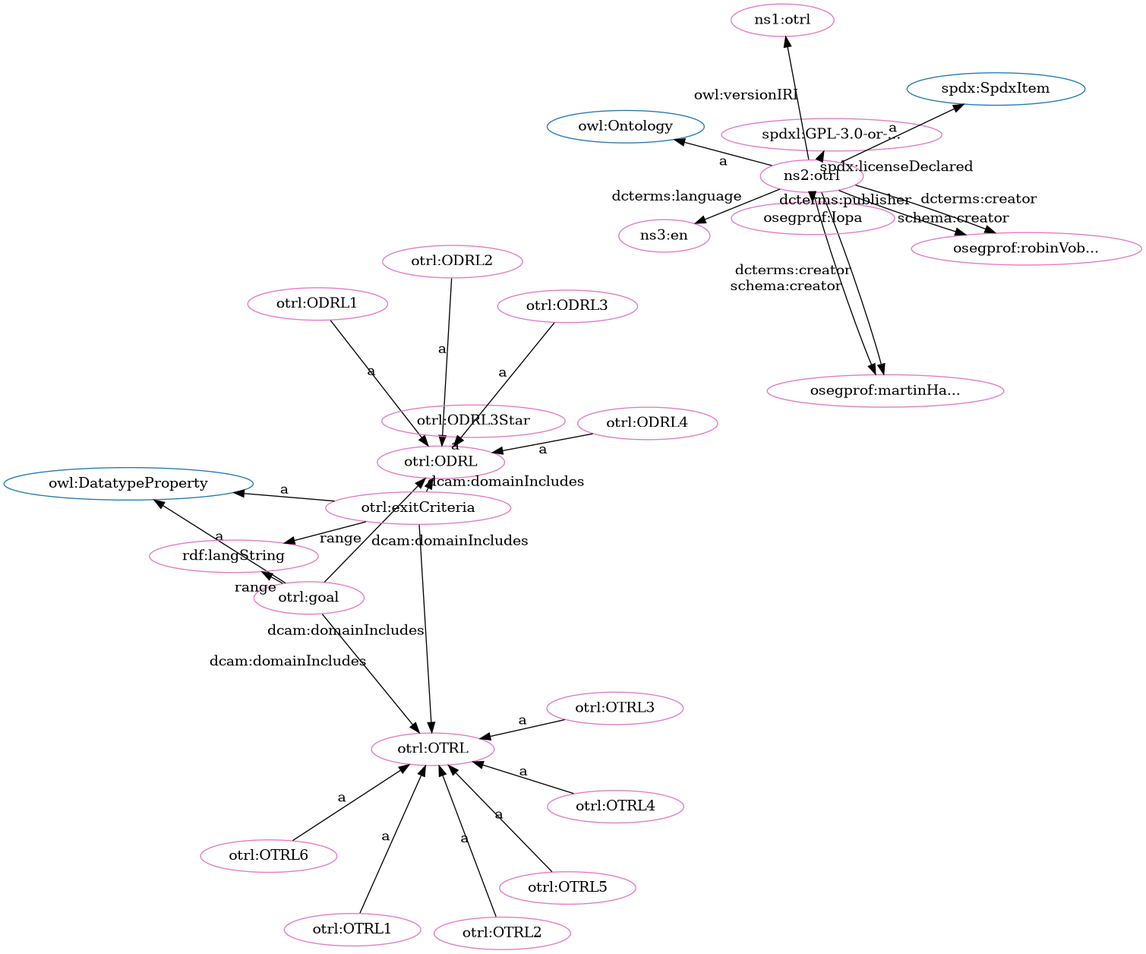
iop-alliance/OpenKnowHow keeps this Graphviz diagram as src/spec/fdp_otrl.png. Above is the earlier version. Its source is kept beside it as src/spec/fdp_otrl.dot. Its diagram source:
```dot
digraph G {
  rankdir=BT
  node[height=.3]
"http://www.w3.org/2002/07/owl#DatatypeProperty" [fillcolor="#1f77b4" color="#1f77b4" label="owl:DatatypeProperty"]
"http://w3id.org/oseg/ont/otrl#ODRL" [fillcolor="#1f77b4" color="#1f77b4" label="otrl:ODRL"]
"http://www.w3.org/2002/07/owl#Ontology" [fillcolor="#1f77b4" color="#1f77b4" label="owl:Ontology"]
"http://spdx.org/rdf/terms#SpdxItem" [fillcolor="#1f77b4" color="#1f77b4" label="spdx:SpdxItem"]
"http://w3id.org/oseg/ont/otrl#OTRL" [fillcolor="#1f77b4" color="#1f77b4" label="otrl:OTRL"]
"http://w3id.org/oseg/ont/oseg-profiles#robinVobruba" [fillcolor="#e377c2" color="#e377c2" label="osegprof:robinVob..."]
"http://w3id.org/oseg/ont/otrl#ODRL1" [fillcolor="#e377c2" color="#e377c2" label="otrl:ODRL1"]
"http://w3id.org/oseg/ont/1.1.0/otrl" [fillcolor="#e377c2" color="#e377c2" label="ns1:otrl"]
"http://w3id.org/oseg/ont/otrl#OTRL3" [fillcolor="#e377c2" color="#e377c2" label="otrl:OTRL3"]
"http://w3id.org/oseg/ont/otrl#ODRL" [fillcolor="#e377c2" color="#e377c2" label="otrl:ODRL"]
"http://w3id.org/oseg/ont/otrl#OTRL2" [fillcolor="#e377c2" color="#e377c2" label="otrl:OTRL2"]
"http://w3id.org/oseg/ont/otrl#goal" [fillcolor="#e377c2" color="#e377c2" label="otrl:goal"]
"http://w3id.org/oseg/ont/otrl#OTRL5" [fillcolor="#e377c2" color="#e377c2" label="otrl:OTRL5"]
"http://spdx.org/licenses/GPL-3.0-or-later" [fillcolor="#e377c2" color="#e377c2" label="spdxl:GPL-3.0-or-..."]
"http://www.w3.org/1999/02/22-rdf-syntax-ns#langString" [fillcolor="#e377c2" color="#e377c2" label="rdf:langString"]
"http://w3id.org/oseg/ont/otrl" [fillcolor="#e377c2" color="#e377c2" label="ns2:otrl"]
"http://id.loc.gov/vocabulary/iso639-1/en" [fillcolor="#e377c2" color="#e377c2" label="ns3:en"]
"http://w3id.org/oseg/ont/otrl#OTRL" [fillcolor="#e377c2" color="#e377c2" label="otrl:OTRL"]
"http://w3id.org/oseg/ont/otrl#ODRL4" [fillcolor="#e377c2" color="#e377c2" label="otrl:ODRL4"]
"http://w3id.org/oseg/ont/otrl#OTRL4" [fillcolor="#e377c2" color="#e377c2" label="otrl:OTRL4"]
"http://w3id.org/oseg/ont/otrl#ODRL2" [fillcolor="#e377c2" color="#e377c2" label="otrl:ODRL2"]
"http://w3id.org/oseg/ont/otrl#exitCriteria" [fillcolor="#e377c2" color="#e377c2" label="otrl:exitCriteria"]
"http://w3id.org/oseg/ont/oseg-profiles#martinHaeuer" [fillcolor="#e377c2" color="#e377c2" label="osegprof:martinHa..."]
"http://w3id.org/oseg/ont/oseg-profiles#Iopa" [fillcolor="#e377c2" color="#e377c2" label="osegprof:Iopa"]
"http://w3id.org/oseg/ont/otrl#ODRL3Star" [fillcolor="#e377c2" color="#e377c2" label="otrl:ODRL3Star"]
"http://w3id.org/oseg/ont/otrl#OTRL1" [fillcolor="#e377c2" color="#e377c2" label="otrl:OTRL1"]
"http://w3id.org/oseg/ont/otrl#ODRL3" [fillcolor="#e377c2" color="#e377c2" label="otrl:ODRL3"]
"http://w3id.org/oseg/ont/otrl#OTRL6" [fillcolor="#e377c2" color="#e377c2" label="otrl:OTRL6"]
  "http://w3id.org/oseg/ont/otrl" -> "http://w3id.org/oseg/ont/oseg-profiles#robinVobruba" [label="dcterms:creator"]
  "http://w3id.org/oseg/ont/otrl#ODRL1" -> "http://w3id.org/oseg/ont/otrl#ODRL" [label="a"]
  "http://w3id.org/oseg/ont/otrl#OTRL5" -> "http://w3id.org/oseg/ont/otrl#OTRL" [label="a"]
  "http://w3id.org/oseg/ont/otrl" -> "http://spdx.org/licenses/GPL-3.0-or-later" [label="spdx:licenseDeclared"]
  "http://w3id.org/oseg/ont/otrl" -> "http://www.w3.org/2002/07/owl#Ontology" [label="a"]
  "http://w3id.org/oseg/ont/otrl#ODRL4" -> "http://w3id.org/oseg/ont/otrl#ODRL" [label="a"]
  "http://w3id.org/oseg/ont/otrl#OTRL4" -> "http://w3id.org/oseg/ont/otrl#OTRL" [label="a"]
  "http://w3id.org/oseg/ont/otrl#exitCriteria" -> "http://www.w3.org/2002/07/owl#DatatypeProperty" [label="a"]
  "http://w3id.org/oseg/ont/otrl" -> "http://w3id.org/oseg/ont/oseg-profiles#robinVobruba" [label="schema:creator"]
  "http://w3id.org/oseg/ont/otrl#ODRL3Star" -> "http://w3id.org/oseg/ont/otrl#ODRL" [label="a"]
  "http://w3id.org/oseg/ont/otrl#exitCriteria" -> "http://w3id.org/oseg/ont/otrl#OTRL" [label="dcam:domainIncludes"]
  "http://w3id.org/oseg/ont/otrl" -> "http://w3id.org/oseg/ont/oseg-profiles#martinHaeuer" [label="dcterms:creator"]
  "http://w3id.org/oseg/ont/otrl" -> "http://w3id.org/oseg/ont/1.1.0/otrl" [label="owl:versionIRI"]
  "http://w3id.org/oseg/ont/otrl#OTRL3" -> "http://w3id.org/oseg/ont/otrl#OTRL" [label="a"]
  "http://w3id.org/oseg/ont/otrl#exitCriteria" -> "http://w3id.org/oseg/ont/otrl#ODRL" [label="dcam:domainIncludes"]
  "http://w3id.org/oseg/ont/otrl#OTRL2" -> "http://w3id.org/oseg/ont/otrl#OTRL" [label="a"]
  "http://w3id.org/oseg/ont/otrl#goal" -> "http://www.w3.org/2002/07/owl#DatatypeProperty" [label="a"]
  "http://w3id.org/oseg/ont/otrl#exitCriteria" -> "http://www.w3.org/1999/02/22-rdf-syntax-ns#langString" [label="range"]
  "http://w3id.org/oseg/ont/otrl" -> "http://id.loc.gov/vocabulary/iso639-1/en" [label="dcterms:language"]
  "http://w3id.org/oseg/ont/otrl" -> "http://spdx.org/rdf/terms#SpdxItem" [label="a"]
  "http://w3id.org/oseg/ont/otrl#goal" -> "http://w3id.org/oseg/ont/otrl#OTRL" [label="dcam:domainIncludes"]
  "http://w3id.org/oseg/ont/otrl#ODRL2" -> "http://w3id.org/oseg/ont/otrl#ODRL" [label="a"]
  "http://w3id.org/oseg/ont/otrl#goal" -> "http://w3id.org/oseg/ont/otrl#ODRL" [label="dcam:domainIncludes"]
  "http://w3id.org/oseg/ont/otrl" -> "http://w3id.org/oseg/ont/oseg-profiles#martinHaeuer" [label="schema:creator"]
  "http://w3id.org/oseg/ont/otrl" -> "http://w3id.org/oseg/ont/oseg-profiles#Iopa" [label="dcterms:publisher"]
  "http://w3id.org/oseg/ont/otrl#goal" -> "http://www.w3.org/1999/02/22-rdf-syntax-ns#langString" [label="range"]
  "http://w3id.org/oseg/ont/otrl#OTRL1" -> "http://w3id.org/oseg/ont/otrl#OTRL" [label="a"]
  "http://w3id.org/oseg/ont/otrl#ODRL3" -> "http://w3id.org/oseg/ont/otrl#ODRL" [label="a"]
  "http://w3id.org/oseg/ont/otrl#OTRL6" -> "http://w3id.org/oseg/ont/otrl#OTRL" [label="a"]
}
```
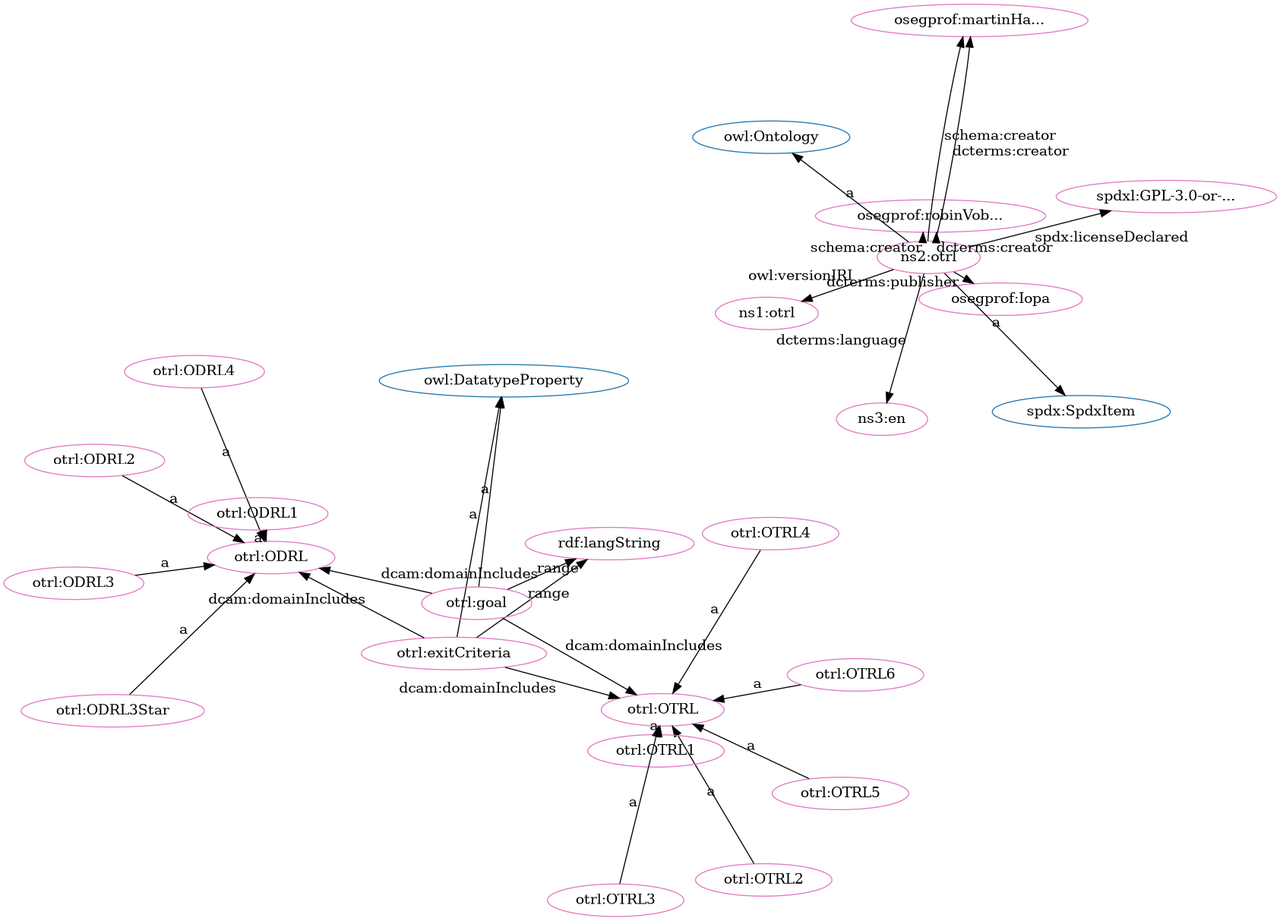
The same file after the commit.

The edit, as a diff of the source:
```diff
@@ -1,61 +1,61 @@
 digraph G {
   rankdir=BT
   node[height=.3]
+"http://w3id.org/oseg/ont/otrl#OTRL" [fillcolor="#1f77b4" color="#1f77b4" label="otrl:OTRL"]
+"http://www.w3.org/2002/07/owl#Ontology" [fillcolor="#1f77b4" color="#1f77b4" label="owl:Ontology"]
 "http://www.w3.org/2002/07/owl#DatatypeProperty" [fillcolor="#1f77b4" color="#1f77b4" label="owl:DatatypeProperty"]
 "http://w3id.org/oseg/ont/otrl#ODRL" [fillcolor="#1f77b4" color="#1f77b4" label="otrl:ODRL"]
-"http://www.w3.org/2002/07/owl#Ontology" [fillcolor="#1f77b4" color="#1f77b4" label="owl:Ontology"]
 "http://spdx.org/rdf/terms#SpdxItem" [fillcolor="#1f77b4" color="#1f77b4" label="spdx:SpdxItem"]
-"http://w3id.org/oseg/ont/otrl#OTRL" [fillcolor="#1f77b4" color="#1f77b4" label="otrl:OTRL"]
+"http://w3id.org/oseg/ont/oseg-profiles#Iopa" [fillcolor="#e377c2" color="#e377c2" label="osegprof:Iopa"]
+"http://w3id.org/oseg/ont/otrl#exitCriteria" [fillcolor="#e377c2" color="#e377c2" label="otrl:exitCriteria"]
+"http://w3id.org/oseg/ont/otrl#OTRL4" [fillcolor="#e377c2" color="#e377c2" label="otrl:OTRL4"]
+"http://w3id.org/oseg/ont/otrl#ODRL4" [fillcolor="#e377c2" color="#e377c2" label="otrl:ODRL4"]
+"http://w3id.org/oseg/ont/otrl#ODRL" [fillcolor="#e377c2" color="#e377c2" label="otrl:ODRL"]
 "http://w3id.org/oseg/ont/oseg-profiles#robinVobruba" [fillcolor="#e377c2" color="#e377c2" label="osegprof:robinVob..."]
-"http://w3id.org/oseg/ont/otrl#ODRL1" [fillcolor="#e377c2" color="#e377c2" label="otrl:ODRL1"]
+"http://w3id.org/oseg/ont/otrl#OTRL" [fillcolor="#e377c2" color="#e377c2" label="otrl:OTRL"]
+"http://w3id.org/oseg/ont/otrl#ODRL3Star" [fillcolor="#e377c2" color="#e377c2" label="otrl:ODRL3Star"]
+"http://www.w3.org/1999/02/22-rdf-syntax-ns#langString" [fillcolor="#e377c2" color="#e377c2" label="rdf:langString"]
+"http://w3id.org/oseg/ont/otrl#OTRL2" [fillcolor="#e377c2" color="#e377c2" label="otrl:OTRL2"]
+"http://w3id.org/oseg/ont/otrl#OTRL1" [fillcolor="#e377c2" color="#e377c2" label="otrl:OTRL1"]
+"http://w3id.org/oseg/ont/oseg-profiles#martinHaeuer" [fillcolor="#e377c2" color="#e377c2" label="osegprof:martinHa..."]
+"http://w3id.org/oseg/ont/otrl#goal" [fillcolor="#e377c2" color="#e377c2" label="otrl:goal"]
+"http://w3id.org/oseg/ont/otrl#ODRL3" [fillcolor="#e377c2" color="#e377c2" label="otrl:ODRL3"]
+"http://spdx.org/licenses/GPL-3.0-or-later" [fillcolor="#e377c2" color="#e377c2" label="spdxl:GPL-3.0-or-..."]
+"http://w3id.org/oseg/ont/otrl#OTRL6" [fillcolor="#e377c2" color="#e377c2" label="otrl:OTRL6"]
 "http://w3id.org/oseg/ont/1.1.0/otrl" [fillcolor="#e377c2" color="#e377c2" label="ns1:otrl"]
-"http://w3id.org/oseg/ont/otrl#OTRL3" [fillcolor="#e377c2" color="#e377c2" label="otrl:OTRL3"]
-"http://w3id.org/oseg/ont/otrl#ODRL" [fillcolor="#e377c2" color="#e377c2" label="otrl:ODRL"]
-"http://w3id.org/oseg/ont/otrl#OTRL2" [fillcolor="#e377c2" color="#e377c2" label="otrl:OTRL2"]
-"http://w3id.org/oseg/ont/otrl#goal" [fillcolor="#e377c2" color="#e377c2" label="otrl:goal"]
-"http://w3id.org/oseg/ont/otrl#OTRL5" [fillcolor="#e377c2" color="#e377c2" label="otrl:OTRL5"]
-"http://spdx.org/licenses/GPL-3.0-or-later" [fillcolor="#e377c2" color="#e377c2" label="spdxl:GPL-3.0-or-..."]
-"http://www.w3.org/1999/02/22-rdf-syntax-ns#langString" [fillcolor="#e377c2" color="#e377c2" label="rdf:langString"]
 "http://w3id.org/oseg/ont/otrl" [fillcolor="#e377c2" color="#e377c2" label="ns2:otrl"]
 "http://id.loc.gov/vocabulary/iso639-1/en" [fillcolor="#e377c2" color="#e377c2" label="ns3:en"]
-"http://w3id.org/oseg/ont/otrl#OTRL" [fillcolor="#e377c2" color="#e377c2" label="otrl:OTRL"]
-"http://w3id.org/oseg/ont/otrl#ODRL4" [fillcolor="#e377c2" color="#e377c2" label="otrl:ODRL4"]
-"http://w3id.org/oseg/ont/otrl#OTRL4" [fillcolor="#e377c2" color="#e377c2" label="otrl:OTRL4"]
 "http://w3id.org/oseg/ont/otrl#ODRL2" [fillcolor="#e377c2" color="#e377c2" label="otrl:ODRL2"]
-"http://w3id.org/oseg/ont/otrl#exitCriteria" [fillcolor="#e377c2" color="#e377c2" label="otrl:exitCriteria"]
-"http://w3id.org/oseg/ont/oseg-profiles#martinHaeuer" [fillcolor="#e377c2" color="#e377c2" label="osegprof:martinHa..."]
-"http://w3id.org/oseg/ont/oseg-profiles#Iopa" [fillcolor="#e377c2" color="#e377c2" label="osegprof:Iopa"]
-"http://w3id.org/oseg/ont/otrl#ODRL3Star" [fillcolor="#e377c2" color="#e377c2" label="otrl:ODRL3Star"]
-"http://w3id.org/oseg/ont/otrl#OTRL1" [fillcolor="#e377c2" color="#e377c2" label="otrl:OTRL1"]
-"http://w3id.org/oseg/ont/otrl#ODRL3" [fillcolor="#e377c2" color="#e377c2" label="otrl:ODRL3"]
-"http://w3id.org/oseg/ont/otrl#OTRL6" [fillcolor="#e377c2" color="#e377c2" label="otrl:OTRL6"]
+"http://w3id.org/oseg/ont/otrl#OTRL3" [fillcolor="#e377c2" color="#e377c2" label="otrl:OTRL3"]
+"http://w3id.org/oseg/ont/otrl#ODRL1" [fillcolor="#e377c2" color="#e377c2" label="otrl:ODRL1"]
+"http://w3id.org/oseg/ont/otrl#OTRL5" [fillcolor="#e377c2" color="#e377c2" label="otrl:OTRL5"]
+  "http://w3id.org/oseg/ont/otrl" -> "http://w3id.org/oseg/ont/oseg-profiles#Iopa" [label="dcterms:publisher"]
+  "http://w3id.org/oseg/ont/otrl#OTRL4" -> "http://w3id.org/oseg/ont/otrl#OTRL" [label="a"]
+  "http://w3id.org/oseg/ont/otrl#goal" -> "http://w3id.org/oseg/ont/otrl#ODRL" [label="dcam:domainIncludes"]
+  "http://w3id.org/oseg/ont/otrl#exitCriteria" -> "http://w3id.org/oseg/ont/otrl#OTRL" [label="dcam:domainIncludes"]
+  "http://w3id.org/oseg/ont/otrl" -> "http://w3id.org/oseg/ont/oseg-profiles#robinVobruba" [label="schema:creator"]
+  "http://w3id.org/oseg/ont/otrl#OTRL2" -> "http://w3id.org/oseg/ont/otrl#OTRL" [label="a"]
+  "http://w3id.org/oseg/ont/otrl#OTRL1" -> "http://w3id.org/oseg/ont/otrl#OTRL" [label="a"]
+  "http://w3id.org/oseg/ont/otrl" -> "http://w3id.org/oseg/ont/oseg-profiles#martinHaeuer" [label="schema:creator"]
+  "http://w3id.org/oseg/ont/otrl#ODRL3" -> "http://w3id.org/oseg/ont/otrl#ODRL" [label="a"]
+  "http://w3id.org/oseg/ont/otrl" -> "http://w3id.org/oseg/ont/1.1.0/otrl" [label="owl:versionIRI"]
+  "http://w3id.org/oseg/ont/otrl" -> "http://www.w3.org/2002/07/owl#Ontology" [label="a"]
   "http://w3id.org/oseg/ont/otrl" -> "http://w3id.org/oseg/ont/oseg-profiles#robinVobruba" [label="dcterms:creator"]
+  "http://w3id.org/oseg/ont/otrl" -> "http://id.loc.gov/vocabulary/iso639-1/en" [label="dcterms:language"]
   "http://w3id.org/oseg/ont/otrl#ODRL1" -> "http://w3id.org/oseg/ont/otrl#ODRL" [label="a"]
+  "http://w3id.org/oseg/ont/otrl" -> "http://spdx.org/rdf/terms#SpdxItem" [label="a"]
+  "http://w3id.org/oseg/ont/otrl" -> "http://w3id.org/oseg/ont/oseg-profiles#martinHaeuer" [label="dcterms:creator"]
+  "http://w3id.org/oseg/ont/otrl#exitCriteria" -> "http://www.w3.org/2002/07/owl#DatatypeProperty" [label="a"]
+  "http://w3id.org/oseg/ont/otrl#ODRL4" -> "http://w3id.org/oseg/ont/otrl#ODRL" [label="a"]
+  "http://w3id.org/oseg/ont/otrl#goal" -> "http://w3id.org/oseg/ont/otrl#OTRL" [label="dcam:domainIncludes"]
+  "http://w3id.org/oseg/ont/otrl#ODRL3Star" -> "http://w3id.org/oseg/ont/otrl#ODRL" [label="a"]
+  "http://w3id.org/oseg/ont/otrl#exitCriteria" -> "http://www.w3.org/1999/02/22-rdf-syntax-ns#langString" [label="range"]
+  "http://w3id.org/oseg/ont/otrl#goal" -> "http://www.w3.org/1999/02/22-rdf-syntax-ns#langString" [label="range"]
+  "http://w3id.org/oseg/ont/otrl#goal" -> "http://www.w3.org/2002/07/owl#DatatypeProperty" [label="a"]
+  "http://w3id.org/oseg/ont/otrl" -> "http://spdx.org/licenses/GPL-3.0-or-later" [label="spdx:licenseDeclared"]
+  "http://w3id.org/oseg/ont/otrl#OTRL6" -> "http://w3id.org/oseg/ont/otrl#OTRL" [label="a"]
+  "http://w3id.org/oseg/ont/otrl#exitCriteria" -> "http://w3id.org/oseg/ont/otrl#ODRL" [label="dcam:domainIncludes"]
+  "http://w3id.org/oseg/ont/otrl#ODRL2" -> "http://w3id.org/oseg/ont/otrl#ODRL" [label="a"]
+  "http://w3id.org/oseg/ont/otrl#OTRL3" -> "http://w3id.org/oseg/ont/otrl#OTRL" [label="a"]
   "http://w3id.org/oseg/ont/otrl#OTRL5" -> "http://w3id.org/oseg/ont/otrl#OTRL" [label="a"]
-  "http://w3id.org/oseg/ont/otrl" -> "http://spdx.org/licenses/GPL-3.0-or-later" [label="spdx:licenseDeclared"]
-  "http://w3id.org/oseg/ont/otrl" -> "http://www.w3.org/2002/07/owl#Ontology" [label="a"]
-  "http://w3id.org/oseg/ont/otrl#ODRL4" -> "http://w3id.org/oseg/ont/otrl#ODRL" [label="a"]
-  "http://w3id.org/oseg/ont/otrl#OTRL4" -> "http://w3id.org/oseg/ont/otrl#OTRL" [label="a"]
-  "http://w3id.org/oseg/ont/otrl#exitCriteria" -> "http://www.w3.org/2002/07/owl#DatatypeProperty" [label="a"]
-  "http://w3id.org/oseg/ont/otrl" -> "http://w3id.org/oseg/ont/oseg-profiles#robinVobruba" [label="schema:creator"]
-  "http://w3id.org/oseg/ont/otrl#ODRL3Star" -> "http://w3id.org/oseg/ont/otrl#ODRL" [label="a"]
-  "http://w3id.org/oseg/ont/otrl#exitCriteria" -> "http://w3id.org/oseg/ont/otrl#OTRL" [label="dcam:domainIncludes"]
-  "http://w3id.org/oseg/ont/otrl" -> "http://w3id.org/oseg/ont/oseg-profiles#martinHaeuer" [label="dcterms:creator"]
-  "http://w3id.org/oseg/ont/otrl" -> "http://w3id.org/oseg/ont/1.1.0/otrl" [label="owl:versionIRI"]
-  "http://w3id.org/oseg/ont/otrl#OTRL3" -> "http://w3id.org/oseg/ont/otrl#OTRL" [label="a"]
-  "http://w3id.org/oseg/ont/otrl#exitCriteria" -> "http://w3id.org/oseg/ont/otrl#ODRL" [label="dcam:domainIncludes"]
-  "http://w3id.org/oseg/ont/otrl#OTRL2" -> "http://w3id.org/oseg/ont/otrl#OTRL" [label="a"]
-  "http://w3id.org/oseg/ont/otrl#goal" -> "http://www.w3.org/2002/07/owl#DatatypeProperty" [label="a"]
-  "http://w3id.org/oseg/ont/otrl#exitCriteria" -> "http://www.w3.org/1999/02/22-rdf-syntax-ns#langString" [label="range"]
-  "http://w3id.org/oseg/ont/otrl" -> "http://id.loc.gov/vocabulary/iso639-1/en" [label="dcterms:language"]
-  "http://w3id.org/oseg/ont/otrl" -> "http://spdx.org/rdf/terms#SpdxItem" [label="a"]
-  "http://w3id.org/oseg/ont/otrl#goal" -> "http://w3id.org/oseg/ont/otrl#OTRL" [label="dcam:domainIncludes"]
-  "http://w3id.org/oseg/ont/otrl#ODRL2" -> "http://w3id.org/oseg/ont/otrl#ODRL" [label="a"]
-  "http://w3id.org/oseg/ont/otrl#goal" -> "http://w3id.org/oseg/ont/otrl#ODRL" [label="dcam:domainIncludes"]
-  "http://w3id.org/oseg/ont/otrl" -> "http://w3id.org/oseg/ont/oseg-profiles#martinHaeuer" [label="schema:creator"]
-  "http://w3id.org/oseg/ont/otrl" -> "http://w3id.org/oseg/ont/oseg-profiles#Iopa" [label="dcterms:publisher"]
-  "http://w3id.org/oseg/ont/otrl#goal" -> "http://www.w3.org/1999/02/22-rdf-syntax-ns#langString" [label="range"]
-  "http://w3id.org/oseg/ont/otrl#OTRL1" -> "http://w3id.org/oseg/ont/otrl#OTRL" [label="a"]
-  "http://w3id.org/oseg/ont/otrl#ODRL3" -> "http://w3id.org/oseg/ont/otrl#ODRL" [label="a"]
-  "http://w3id.org/oseg/ont/otrl#OTRL6" -> "http://w3id.org/oseg/ont/otrl#OTRL" [label="a"]
 }
```
